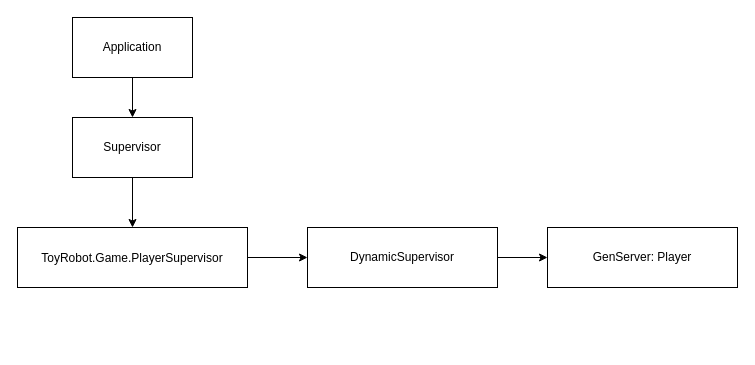
Before: Untitled Diagram.drawio in jtbullock/elixir_toy_robot, a draw.io diagram. Source tidied: cells renumbered, new cells numbered last; positions are measured from the earlier drawing's top-left corner, leaving out a move shared by most shapes. Both pictures are drawn from the tidied source at 100%, with x=0, y=0 at pixel (17, 17).
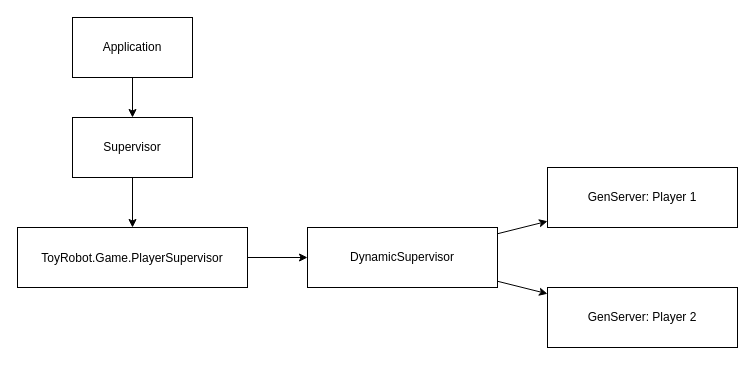
Above is the later version.

Commit message:
Add player 2 example

The edit, as a diff of the source:
```diff
@@
 <mxGraphModel>
   <root>
     <mxCell id="0" />
     <mxCell id="1" parent="0" />
     <mxCell id="2" value="Application" style="rounded=0;whiteSpace=wrap;html=1;" parent="1" vertex="1">
       <mxGeometry x="55" width="120" height="60" as="geometry" />
     </mxCell>
     <mxCell id="3" value="&lt;div style=&quot;line-height: 18px;&quot;&gt;ToyRobot.Game.PlayerSupervisor&lt;/div&gt;" style="rounded=0;whiteSpace=wrap;html=1;" parent="1" vertex="1">
       <mxGeometry y="210" width="230" height="60" as="geometry" />
     </mxCell>
     <mxCell id="4" style="endArrow=classic;html=1;rounded=0;" parent="1" edge="1" source="2" target="6">
       <mxGeometry relative="1" as="geometry" />
     </mxCell>
     <mxCell id="5" value="DynamicSupervisor" style="rounded=0;whiteSpace=wrap;html=1;" parent="1" vertex="1">
       <mxGeometry x="290" y="210" width="190" height="60" as="geometry" />
     </mxCell>
     <mxCell id="6" value="Supervisor" style="rounded=0;whiteSpace=wrap;html=1;" parent="1" vertex="1">
       <mxGeometry x="55" y="100" width="120" height="60" as="geometry" />
     </mxCell>
     <mxCell id="7" style="endArrow=classic;html=1;rounded=0;" parent="1" edge="1" source="6" target="3">
       <mxGeometry relative="1" as="geometry" />
     </mxCell>
     <mxCell id="8" style="endArrow=classic;html=1;rounded=0;" parent="1" edge="1" source="3" target="5">
       <mxGeometry relative="1" as="geometry" />
     </mxCell>
-    <mxCell id="9" value="GenServer: Player" style="rounded=0;whiteSpace=wrap;html=1;" parent="1" vertex="1">
-      <mxGeometry x="530" y="210" width="190" height="60" as="geometry" />
+    <mxCell id="9" value="GenServer: Player 1" style="rounded=0;whiteSpace=wrap;html=1;" parent="1" vertex="1">
+      <mxGeometry x="530" y="150" width="190" height="60" as="geometry" />
     </mxCell>
     <mxCell id="10" style="endArrow=classic;html=1;rounded=0;" parent="1" edge="1" source="5" target="9">
       <mxGeometry relative="1" as="geometry" />
     </mxCell>
+    <mxCell id="11" value="GenServer: Player 2" style="rounded=0;whiteSpace=wrap;html=1;" parent="1" vertex="1">
+      <mxGeometry x="530" y="270" width="190" height="60" as="geometry" />
+    </mxCell>
+    <mxCell id="12" style="endArrow=classic;html=1;rounded=0;" parent="1" edge="1" source="5" target="11">
+      <mxGeometry relative="1" as="geometry" />
+    </mxCell>
   </root>
 </mxGraphModel>
```
